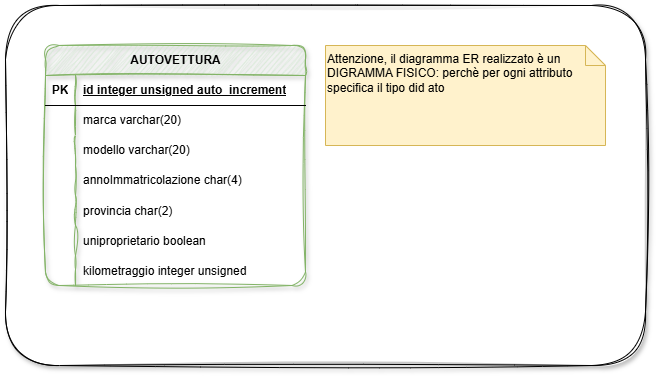
Earlier version of the draw.io export AS_2026_2027/5I Informatica/UD 2 - Diagrams/er1.drawio.png (CescoP81/GalileiOstiglia). Source tidied: cells renumbered, new cells last; positions are measured from the earlier drawing's top-left corner, leaving out a move shared by most shapes.
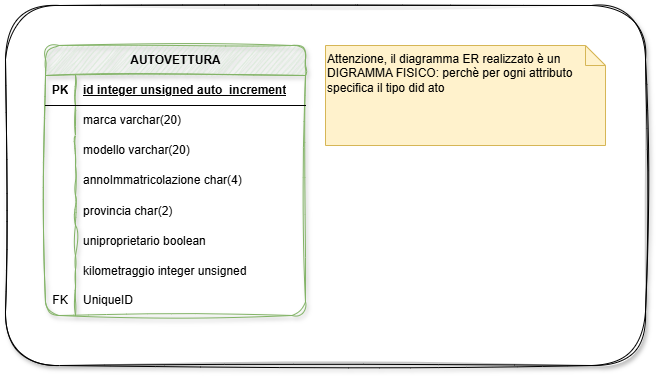
After the commit.

The edit, as a diff of the source:
```diff
@@ -6,7 +6,7 @@
       <mxGeometry width="640" height="360" as="geometry" />
     </mxCell>
     <mxCell id="3" value="AUTOVETTURA" style="shape=table;startSize=30;rowLines=0;fontStyle=1;align=center;html=1;fillColor=#d5e8d4;strokeColor=#82b366;rounded=1;roundedPerimeter=1;shadow=1;sketch=1;curveFitting=1;jiggle=2;swimlaneLine=1;" parent="1" vertex="1">
-      <mxGeometry x="40" y="40" width="260" height="240" as="geometry" />
+      <mxGeometry x="40" y="40" width="260" height="270" as="geometry" />
     </mxCell>
     <mxCell id="4" style="shape=tableRow;horizontal=0;startSize=0;swimlaneHead=0;swimlaneBody=0;fillColor=none;top=0;left=0;right=0;bottom=1;" parent="3" vertex="1">
       <mxGeometry y="30" width="260" height="30" as="geometry" />
@@ -71,6 +71,15 @@
     <mxCell id="24" value="kilometraggio integer unsigned" style="shape=partialRectangle;fillColor=none;top=0;left=0;bottom=0;right=0;align=left;spacingLeft=6;overflow=hidden;" parent="22" vertex="1">
       <mxGeometry x="30" width="230" height="30" as="geometry" />
     </mxCell>
+    <mxCell id="26" style="shape=tableRow;horizontal=0;startSize=0;swimlaneHead=0;swimlaneBody=0;fillColor=none;top=0;left=0;right=0;bottom=0;" parent="3" vertex="1">
+      <mxGeometry y="240" width="260" height="30" as="geometry" />
+    </mxCell>
+    <mxCell id="27" value="FK" style="shape=partialRectangle;fillColor=none;top=0;left=0;bottom=0;right=0;fontStyle=0;overflow=hidden;whiteSpace=wrap;html=1;" parent="26" vertex="1">
+      <mxGeometry width="30" height="30" as="geometry" />
+    </mxCell>
+    <mxCell id="28" value="UniqueID" style="shape=partialRectangle;fillColor=none;top=0;left=0;bottom=0;right=0;align=left;spacingLeft=6;fontStyle=0;overflow=hidden;whiteSpace=wrap;html=1;" parent="26" vertex="1">
+      <mxGeometry x="30" width="230" height="30" as="geometry" />
+    </mxCell>
     <mxCell id="25" value="Attenzione, il diagramma ER realizzato è un DIGRAMMA FISICO: perchè per ogni attributo specifica il tipo did ato" style="shape=note;size=20;whiteSpace=wrap;html=1;fillColor=#fff2cc;strokeColor=#d6b656;align=left;verticalAlign=top;" parent="1" vertex="1">
       <mxGeometry x="320" y="40" width="280" height="100" as="geometry" />
     </mxCell>
```
